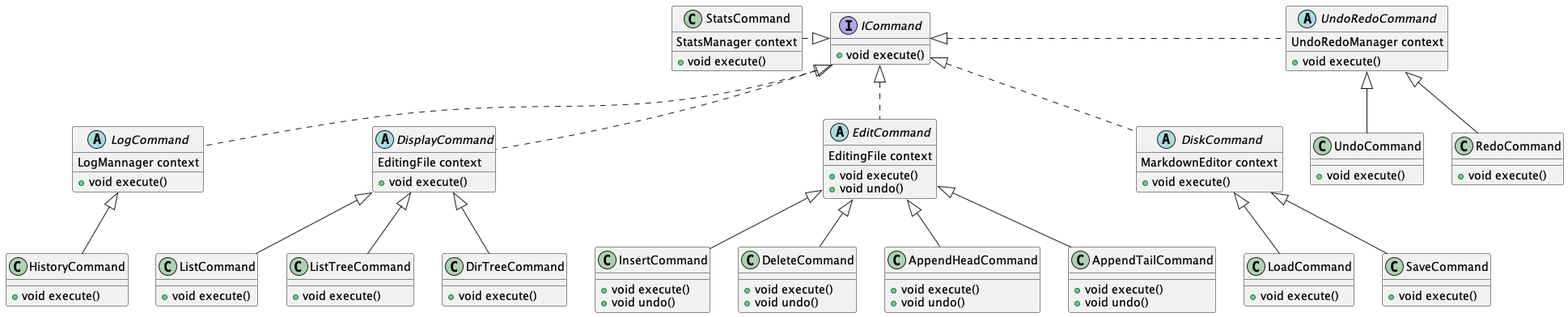
This is lab1/uml_design/out/command/command.png from niconiconi1234/asdt_lab_2023, a PlantUML export, as it was before one commit.
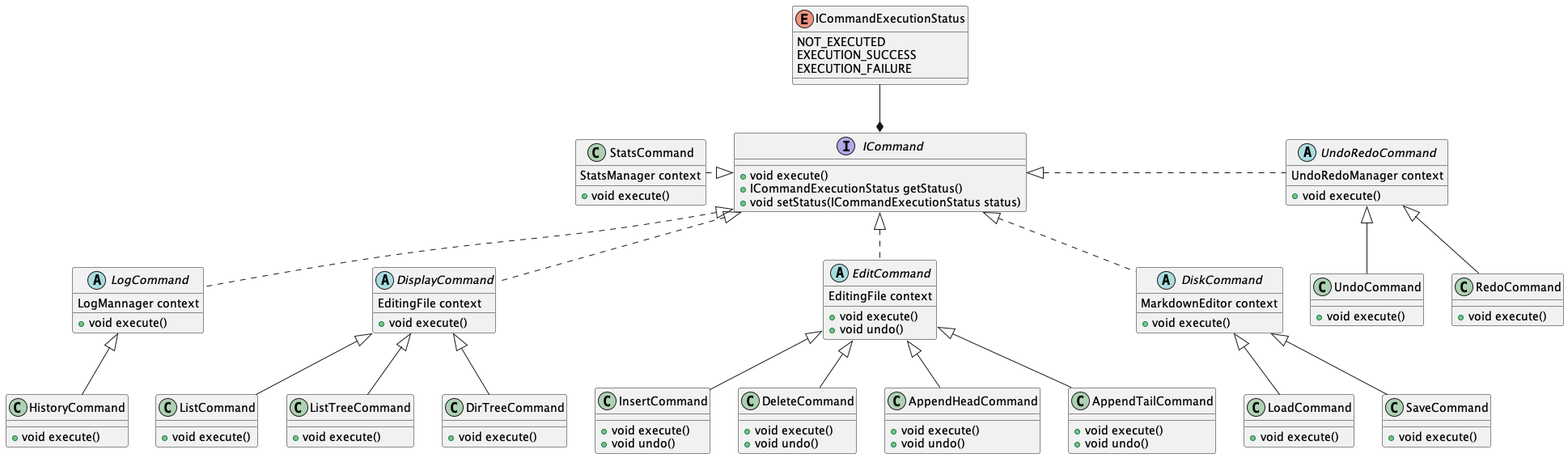
Later version of the same file.

Commit message:
[lab1] update uml design

Diff of the diagram source:
```diff
@@ -1,7 +1,18 @@
 @startuml command
+
+enum ICommandExecutionStatus {
+    NOT_EXECUTED
+    EXECUTION_SUCCESS
+    EXECUTION_FAILURE
+}
+
 interface ICommand {
     + void execute()
+    + ICommandExecutionStatus getStatus()
+    + void setStatus(ICommandExecutionStatus status)
 }
+
+ICommandExecutionStatus --* ICommand
 
 abstract class DiskCommand {
     MarkdownEditor context
```
